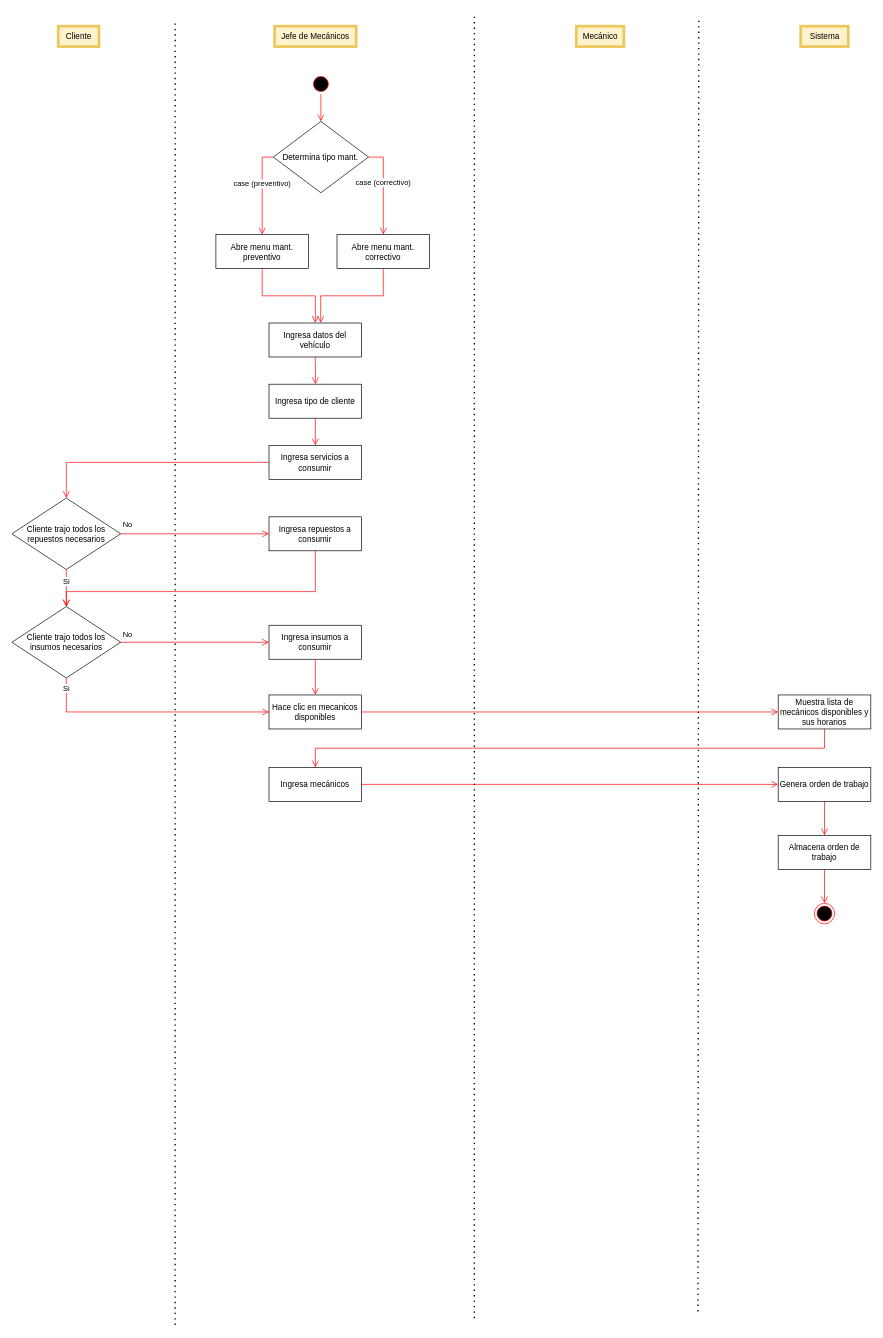
Above: page "Actividades2" (4 of 6) of Diagrama sin título.drawio in KeiKurono96/Experiencias3 (draw.io), before the change. Source tidied: cells renumbered, new cells numbered last; positions are measured from the earlier drawing's top-left corner, leaving out a move shared by most shapes. Both pictures are drawn from the tidied source at 68%, with x=0, y=0 at pixel (12, 12).
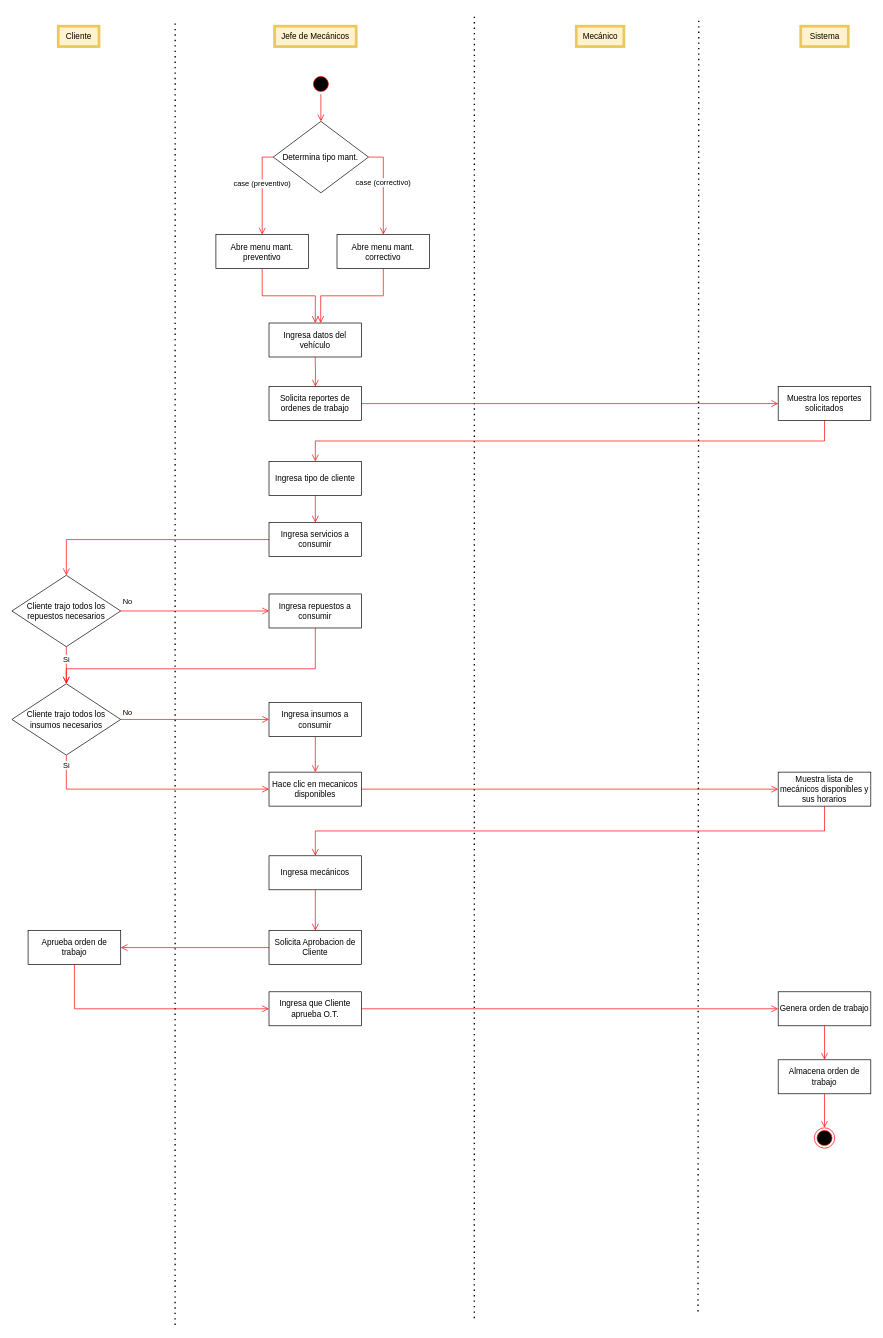
The same diagram, later.

The edit, as a diff of the source:
```diff
@@
     <mxCell id="15" value="Ingresa repuestos a consumir" style="html=1;whiteSpace=wrap;" parent="1" vertex="1">
-      <mxGeometry x="378.1" y="741.5" width="136.2" height="50" as="geometry" />
+      <mxGeometry x="378.1" y="855" width="136.2" height="50" as="geometry" />
     </mxCell>
     <mxCell id="16" value="Ingresa insumos a consumir" style="html=1;whiteSpace=wrap;" parent="1" vertex="1">
-      <mxGeometry x="378.1" y="901" width="136.2" height="50" as="geometry" />
+      <mxGeometry x="378.1" y="1014.5" width="136.2" height="50" as="geometry" />
     </mxCell>
     <mxCell id="17" style="edgeStyle=orthogonalEdgeStyle;html=1;verticalAlign=bottom;endArrow=open;endSize=8;strokeColor=#ff0000;rounded=0;entryX=0.5;entryY=0;entryDx=0;entryDy=0;exitX=0.5;exitY=1;exitDx=0;exitDy=0;" parent="1" edge="1" source="15" target="22">
       <mxGeometry relative="1" as="geometry">
         <Array as="points">
-          <mxPoint x="446" y="851.5" />
-          <mxPoint x="80" y="851.5" />
+          <mxPoint x="446" y="965" />
+          <mxPoint x="80" y="965" />
         </Array>
       </mxGeometry>
     </mxCell>
@@
     <mxCell id="19" value="Cliente trajo todos los repuestos necesarios" style="rhombus;whiteSpace=wrap;html=1;" parent="1" vertex="1">
-      <mxGeometry y="714" width="160" height="105" as="geometry" />
+      <mxGeometry y="827.5" width="160" height="105" as="geometry" />
     </mxCell>
@@
     <mxCell id="22" value="Cliente trajo todos los insumos necesarios" style="rhombus;whiteSpace=wrap;html=1;" parent="1" vertex="1">
-      <mxGeometry y="873.5" width="160" height="105" as="geometry" />
+      <mxGeometry y="987" width="160" height="105" as="geometry" />
     </mxCell>
@@
     <mxCell id="25" value="Hace clic en mecanicos disponibles" style="html=1;whiteSpace=wrap;" parent="1" vertex="1">
-      <mxGeometry x="378.1" y="1003.5" width="136.2" height="50" as="geometry" />
+      <mxGeometry x="378.1" y="1117" width="136.2" height="50" as="geometry" />
     </mxCell>
@@
     <mxCell id="27" value="Ingresa servicios a consumir" style="html=1;whiteSpace=wrap;" parent="1" vertex="1">
-      <mxGeometry x="378.1" y="636.5" width="136.2" height="50" as="geometry" />
+      <mxGeometry x="378.1" y="750" width="136.2" height="50" as="geometry" />
     </mxCell>
@@
-    <mxCell id="31" style="edgeStyle=orthogonalEdgeStyle;html=1;verticalAlign=bottom;endArrow=open;endSize=8;strokeColor=#ff0000;rounded=0;entryX=0.5;entryY=0;entryDx=0;entryDy=0;exitX=0.5;exitY=1;exitDx=0;exitDy=0;" parent="1" edge="1" target="32">
+    <mxCell id="31" style="edgeStyle=orthogonalEdgeStyle;html=1;verticalAlign=bottom;endArrow=open;endSize=8;strokeColor=#ff0000;rounded=0;entryX=0.5;entryY=0;entryDx=0;entryDy=0;exitX=0.5;exitY=1;exitDx=0;exitDy=0;" parent="1" edge="1" target="47">
       <mxGeometry relative="1" as="geometry">
         <mxPoint x="446" y="506.5" as="sourcePoint" />
       </mxGeometry>
     </mxCell>
     <mxCell id="32" value="Ingresa tipo de cliente" style="html=1;whiteSpace=wrap;" parent="1" vertex="1">
-      <mxGeometry x="378.1" y="546.5" width="136.2" height="50" as="geometry" />
+      <mxGeometry x="378.1" y="660" width="136.2" height="50" as="geometry" />
     </mxCell>
+    <mxCell id="45" style="edgeStyle=orthogonalEdgeStyle;shape=connector;rounded=0;jettySize=auto;html=1;entryX=0.5;entryY=0;entryDx=0;entryDy=0;labelBackgroundColor=default;strokeColor=#ff0000;fontFamily=Helvetica;fontSize=11;fontColor=default;endArrow=open;endSize=8;" parent="1" edge="1" source="33" target="51">
+      <mxGeometry relative="1" as="geometry" />
+    </mxCell>
     <mxCell id="33" value="Ingresa mecánicos" style="html=1;whiteSpace=wrap;" parent="1" vertex="1">
-      <mxGeometry x="378.1" y="1110" width="136.2" height="50" as="geometry" />
+      <mxGeometry x="378.1" y="1240" width="136.2" height="50" as="geometry" />
     </mxCell>
@@
     <mxCell id="36" value="Genera orden de trabajo" style="html=1;whiteSpace=wrap;" parent="1" vertex="1">
-      <mxGeometry x="1126.9" y="1110" width="136.2" height="50" as="geometry" />
+      <mxGeometry x="1126.9" y="1440" width="136.2" height="50" as="geometry" />
     </mxCell>
-    <mxCell id="37" style="edgeStyle=orthogonalEdgeStyle;html=1;verticalAlign=bottom;endArrow=open;endSize=8;strokeColor=#ff0000;rounded=0;exitX=1;exitY=0.5;exitDx=0;exitDy=0;entryX=0;entryY=0.5;entryDx=0;entryDy=0;" parent="1" edge="1" source="33" target="36">
-      <mxGeometry relative="1" as="geometry" />
-    </mxCell>
@@
     <mxCell id="39" value="Almacena orden de trabajo" style="html=1;whiteSpace=wrap;" parent="1" vertex="1">
-      <mxGeometry x="1126.9" y="1210" width="136.2" height="50" as="geometry" />
+      <mxGeometry x="1126.9" y="1540" width="136.2" height="50" as="geometry" />
     </mxCell>
@@
-    <mxCell id="41" style="edgeStyle=orthogonalEdgeStyle;html=1;verticalAlign=bottom;endArrow=open;endSize=8;strokeColor=#ff0000;rounded=0;exitX=0.5;exitY=1;exitDx=0;exitDy=0;" parent="1" edge="1" source="42" target="33">
+    <mxCell id="41" style="edgeStyle=orthogonalEdgeStyle;html=1;verticalAlign=bottom;endArrow=open;endSize=8;strokeColor=#ff0000;rounded=0;exitX=0.5;exitY=1;exitDx=0;exitDy=0;entryX=0.5;entryY=0;entryDx=0;entryDy=0;" parent="1" edge="1" source="42" target="33">
       <mxGeometry relative="1" as="geometry" />
     </mxCell>
     <mxCell id="42" value="Muestra lista de mecánicos disponibles y sus horarios" style="html=1;whiteSpace=wrap;" parent="1" vertex="1">
-      <mxGeometry x="1126.9" y="1003.5" width="136.2" height="50" as="geometry" />
+      <mxGeometry x="1126.9" y="1117" width="136.2" height="50" as="geometry" />
     </mxCell>
@@
     <mxCell id="44" style="ellipse;html=1;shape=endState;fillColor=#000000;strokeColor=#ff0000;fontFamily=Helvetica;fontSize=11;fontColor=default;" parent="1" vertex="1">
-      <mxGeometry x="1180" y="1310" width="30" height="30" as="geometry" />
+      <mxGeometry x="1180" y="1640" width="30" height="30" as="geometry" />
     </mxCell>
+    <mxCell id="46" style="edgeStyle=orthogonalEdgeStyle;shape=connector;rounded=0;jettySize=auto;html=1;entryX=0;entryY=0.5;entryDx=0;entryDy=0;labelBackgroundColor=default;strokeColor=#ff0000;fontFamily=Helvetica;fontSize=11;fontColor=default;endArrow=open;endSize=8;" parent="1" edge="1" source="47" target="49">
+      <mxGeometry relative="1" as="geometry" />
+    </mxCell>
+    <mxCell id="47" value="Solicita reportes de ordenes de trabajo" style="html=1;whiteSpace=wrap;" parent="1" vertex="1">
+      <mxGeometry x="378.1" y="550" width="136.2" height="50" as="geometry" />
+    </mxCell>
+    <mxCell id="48" style="edgeStyle=orthogonalEdgeStyle;shape=connector;rounded=0;jettySize=auto;html=1;entryX=0.5;entryY=0;entryDx=0;entryDy=0;labelBackgroundColor=default;strokeColor=#ff0000;fontFamily=Helvetica;fontSize=11;fontColor=default;endArrow=open;endSize=8;" parent="1" edge="1" source="49" target="32">
+      <mxGeometry relative="1" as="geometry">
+        <Array as="points">
+          <mxPoint x="1195" y="630" />
+          <mxPoint x="446" y="630" />
+        </Array>
+      </mxGeometry>
+    </mxCell>
+    <mxCell id="49" value="Muestra los reportes solicitados" style="html=1;whiteSpace=wrap;" parent="1" vertex="1">
+      <mxGeometry x="1126.9" y="550" width="136.2" height="50" as="geometry" />
+    </mxCell>
+    <mxCell id="50" style="edgeStyle=orthogonalEdgeStyle;shape=connector;rounded=0;jettySize=auto;html=1;entryX=1;entryY=0.5;entryDx=0;entryDy=0;labelBackgroundColor=default;strokeColor=#ff0000;fontFamily=Helvetica;fontSize=11;fontColor=default;endArrow=open;endSize=8;" parent="1" edge="1" source="51" target="53">
+      <mxGeometry relative="1" as="geometry" />
+    </mxCell>
+    <mxCell id="51" value="Solicita Aprobacion de Cliente" style="html=1;whiteSpace=wrap;" parent="1" vertex="1">
+      <mxGeometry x="378.1" y="1350" width="136.2" height="50" as="geometry" />
+    </mxCell>
+    <mxCell id="52" style="edgeStyle=orthogonalEdgeStyle;shape=connector;rounded=0;jettySize=auto;html=1;entryX=0;entryY=0.5;entryDx=0;entryDy=0;labelBackgroundColor=default;strokeColor=#ff0000;fontFamily=Helvetica;fontSize=11;fontColor=default;endArrow=open;endSize=8;" parent="1" edge="1" source="53" target="55">
+      <mxGeometry relative="1" as="geometry">
+        <Array as="points">
+          <mxPoint x="92" y="1465" />
+        </Array>
+      </mxGeometry>
+    </mxCell>
+    <mxCell id="53" value="Aprueba orden de trabajo" style="html=1;whiteSpace=wrap;" parent="1" vertex="1">
+      <mxGeometry x="23.8" y="1350" width="136.2" height="50" as="geometry" />
+    </mxCell>
+    <mxCell id="54" style="edgeStyle=orthogonalEdgeStyle;shape=connector;rounded=0;jettySize=auto;html=1;entryX=0;entryY=0.5;entryDx=0;entryDy=0;labelBackgroundColor=default;strokeColor=#ff0000;fontFamily=Helvetica;fontSize=11;fontColor=default;endArrow=open;endSize=8;" parent="1" edge="1" source="55" target="36">
+      <mxGeometry relative="1" as="geometry" />
+    </mxCell>
+    <mxCell id="55" value="Ingresa que Cliente aprueba O.T." style="html=1;whiteSpace=wrap;" parent="1" vertex="1">
+      <mxGeometry x="378.1" y="1440" width="136.2" height="50" as="geometry" />
+    </mxCell>
```
